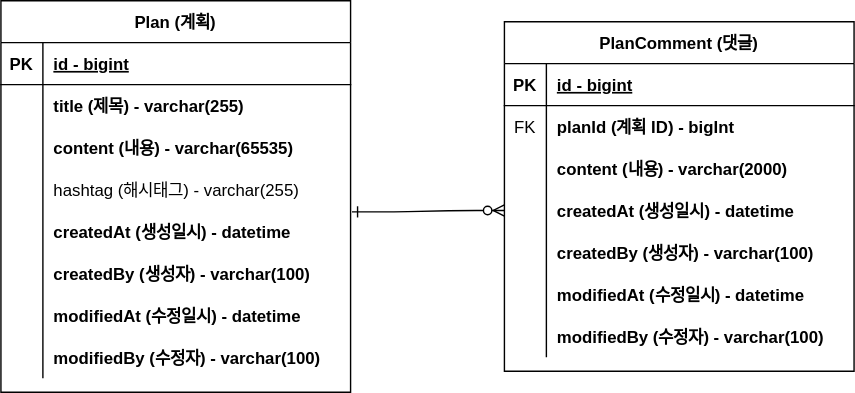
This is document/marryme-erd.drawio.svg from ChangwookYang/marryme, a draw.io export, as it was before one commit. Source tidied: cells renumbered, new cells last; positions are measured from the earlier drawing's top-left corner, leaving out a move shared by most shapes.
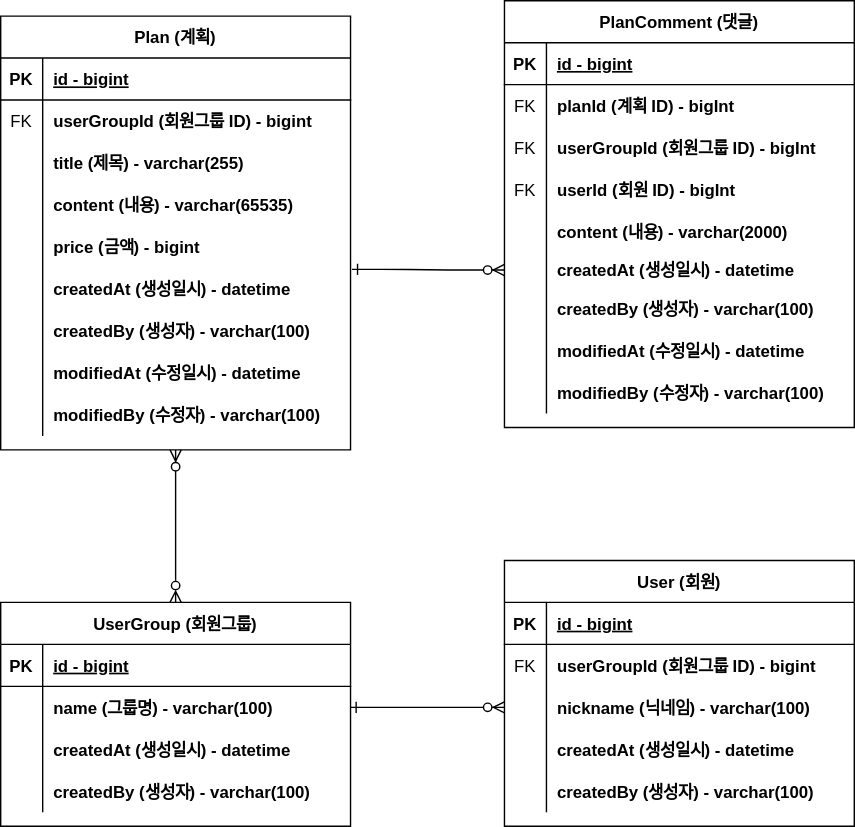
Later version of the same file.

Commit message:
#23 - 회원그룹 및 회원 ERD 추가

Diff of the diagram source:
```diff
@@ -6,7 +6,7 @@
       <mxGeometry relative="1" as="geometry" />
     </mxCell>
     <mxCell id="3" value="PlanComment (댓글)" style="shape=table;startSize=30;rowLines=0;fontStyle=1;align=center;" parent="1" vertex="1">
-      <mxGeometry x="360" y="15" width="250" height="250" as="geometry" />
+      <mxGeometry x="360" y="-40" width="250" height="305" as="geometry" />
     </mxCell>
     <mxCell id="4" style="shape=partialRectangle;fillColor=none;top=0;left=0;right=0;bottom=1;" parent="3" vertex="1">
       <mxGeometry y="30" width="250" height="30" as="geometry" />
@@ -26,8 +26,26 @@
     <mxCell id="9" value="planId (계획 ID) - bigInt" style="shape=partialRectangle;overflow=hidden;fillColor=none;top=0;left=0;bottom=0;right=0;align=left;spacingLeft=6;fontStyle=1;" parent="7" vertex="1">
       <mxGeometry x="30" width="220" height="30" as="geometry" />
     </mxCell>
+    <mxCell id="50" style="shape=partialRectangle;fillColor=none;top=0;left=0;right=0;bottom=0;" parent="3" vertex="1">
+      <mxGeometry y="90" width="250" height="30" as="geometry" />
+    </mxCell>
+    <mxCell id="51" value="FK" style="shape=partialRectangle;overflow=hidden;fillColor=none;top=0;left=0;bottom=0;right=0;" parent="50" vertex="1">
+      <mxGeometry width="30" height="30" as="geometry" />
+    </mxCell>
+    <mxCell id="52" value="userGroupId (회원그룹 ID) - bigInt" style="shape=partialRectangle;overflow=hidden;fillColor=none;top=0;left=0;bottom=0;right=0;align=left;spacingLeft=6;fontStyle=1;" parent="50" vertex="1">
+      <mxGeometry x="30" width="220" height="30" as="geometry" />
+    </mxCell>
+    <mxCell id="53" style="shape=partialRectangle;fillColor=none;top=0;left=0;right=0;bottom=0;" parent="3" vertex="1">
+      <mxGeometry y="120" width="250" height="30" as="geometry" />
+    </mxCell>
+    <mxCell id="54" value="FK" style="shape=partialRectangle;overflow=hidden;fillColor=none;top=0;left=0;bottom=0;right=0;" parent="53" vertex="1">
+      <mxGeometry width="30" height="30" as="geometry" />
+    </mxCell>
+    <mxCell id="55" value="userId (회원 ID) - bigInt" style="shape=partialRectangle;overflow=hidden;fillColor=none;top=0;left=0;bottom=0;right=0;align=left;spacingLeft=6;fontStyle=1;" parent="53" vertex="1">
+      <mxGeometry x="30" width="220" height="30" as="geometry" />
+    </mxCell>
     <mxCell id="10" style="shape=partialRectangle;fillColor=none;top=0;left=0;right=0;bottom=0;" parent="3" vertex="1">
-      <mxGeometry y="90" width="250" height="30" as="geometry" />
+      <mxGeometry y="150" width="250" height="30" as="geometry" />
     </mxCell>
     <mxCell id="11" style="shape=partialRectangle;overflow=hidden;fillColor=none;top=0;left=0;bottom=0;right=0;" parent="10" vertex="1">
       <mxGeometry width="30" height="30" as="geometry" />
@@ -36,16 +54,16 @@
       <mxGeometry x="30" width="220" height="30" as="geometry" />
     </mxCell>
     <mxCell id="13" style="shape=partialRectangle;fillColor=none;points=[[0,0.5],[1,0.5]];portConstraint=eastwest;top=0;left=0;right=0;bottom=0;" parent="3" vertex="1">
-      <mxGeometry y="120" width="250" height="30" as="geometry" />
+      <mxGeometry y="180" width="250" height="25" as="geometry" />
     </mxCell>
     <mxCell id="14" style="shape=partialRectangle;overflow=hidden;fillColor=none;top=0;left=0;bottom=0;right=0;" parent="13" vertex="1">
-      <mxGeometry width="30" height="30" as="geometry" />
+      <mxGeometry width="30" height="25" as="geometry" />
     </mxCell>
     <mxCell id="15" value="createdAt (생성일시) - datetime" style="shape=partialRectangle;overflow=hidden;fillColor=none;top=0;left=0;bottom=0;right=0;align=left;spacingLeft=6;fontStyle=1;" parent="13" vertex="1">
-      <mxGeometry x="30" width="220" height="30" as="geometry" />
+      <mxGeometry x="30" width="220" height="25" as="geometry" />
     </mxCell>
     <mxCell id="16" style="shape=partialRectangle;fillColor=none;top=0;left=0;right=0;bottom=0;" parent="3" vertex="1">
-      <mxGeometry y="150" width="250" height="30" as="geometry" />
+      <mxGeometry y="205" width="250" height="30" as="geometry" />
     </mxCell>
     <mxCell id="17" style="shape=partialRectangle;overflow=hidden;fillColor=none;top=0;left=0;bottom=0;right=0;" parent="16" vertex="1">
       <mxGeometry width="30" height="30" as="geometry" />
@@ -54,7 +72,7 @@
       <mxGeometry x="30" width="220" height="30" as="geometry" />
     </mxCell>
     <mxCell id="19" style="shape=partialRectangle;fillColor=none;top=0;left=0;right=0;bottom=0;" parent="3" vertex="1">
-      <mxGeometry y="180" width="250" height="30" as="geometry" />
+      <mxGeometry y="235" width="250" height="30" as="geometry" />
     </mxCell>
     <mxCell id="20" style="shape=partialRectangle;overflow=hidden;fillColor=none;top=0;left=0;bottom=0;right=0;" parent="19" vertex="1">
       <mxGeometry width="30" height="30" as="geometry" />
@@ -63,7 +81,7 @@
       <mxGeometry x="30" width="220" height="30" as="geometry" />
     </mxCell>
     <mxCell id="22" style="shape=partialRectangle;fillColor=none;top=0;left=0;right=0;bottom=0;" parent="3" vertex="1">
-      <mxGeometry y="210" width="250" height="30" as="geometry" />
+      <mxGeometry y="265" width="250" height="30" as="geometry" />
     </mxCell>
     <mxCell id="23" style="shape=partialRectangle;overflow=hidden;fillColor=none;top=0;left=0;bottom=0;right=0;" parent="22" vertex="1">
       <mxGeometry width="30" height="30" as="geometry" />
@@ -72,7 +90,7 @@
       <mxGeometry x="30" width="220" height="30" as="geometry" />
     </mxCell>
     <mxCell id="25" value="Plan (계획)" style="shape=table;startSize=30;rowLines=0;fontStyle=1;align=center;" parent="1" vertex="1">
-      <mxGeometry width="250" height="280" as="geometry" />
+      <mxGeometry y="-29" width="250" height="310" as="geometry" />
     </mxCell>
     <mxCell id="26" style="shape=partialRectangle;fillColor=none;top=0;left=0;right=0;bottom=1;" parent="25" vertex="1">
       <mxGeometry y="30" width="250" height="30" as="geometry" />
@@ -86,14 +104,23 @@
     <mxCell id="29" style="shape=partialRectangle;fillColor=none;top=0;left=0;right=0;bottom=0;" parent="25" vertex="1">
       <mxGeometry y="60" width="250" height="30" as="geometry" />
     </mxCell>
-    <mxCell id="30" style="shape=partialRectangle;overflow=hidden;fillColor=none;top=0;left=0;bottom=0;right=0;" parent="29" vertex="1">
+    <mxCell id="30" value="FK" style="shape=partialRectangle;overflow=hidden;fillColor=none;top=0;left=0;bottom=0;right=0;" parent="29" vertex="1">
       <mxGeometry width="30" height="30" as="geometry" />
     </mxCell>
-    <mxCell id="31" value="title (제목) - varchar(255)" style="shape=partialRectangle;overflow=hidden;fillColor=none;top=0;left=0;bottom=0;right=0;align=left;spacingLeft=6;fontStyle=1;" parent="29" vertex="1">
+    <mxCell id="31" value="userGroupId (회원그룹 ID) - bigint" style="shape=partialRectangle;overflow=hidden;fillColor=none;top=0;left=0;bottom=0;right=0;align=left;spacingLeft=6;fontStyle=1;" parent="29" vertex="1">
       <mxGeometry x="30" width="220" height="30" as="geometry" />
     </mxCell>
+    <mxCell id="56" style="shape=partialRectangle;fillColor=none;top=0;left=0;right=0;bottom=0;" parent="25" vertex="1">
+      <mxGeometry y="90" width="250" height="30" as="geometry" />
+    </mxCell>
+    <mxCell id="57" style="shape=partialRectangle;overflow=hidden;fillColor=none;top=0;left=0;bottom=0;right=0;" parent="56" vertex="1">
+      <mxGeometry width="30" height="30" as="geometry" />
+    </mxCell>
+    <mxCell id="58" value="title (제목) - varchar(255)" style="shape=partialRectangle;overflow=hidden;fillColor=none;top=0;left=0;bottom=0;right=0;align=left;spacingLeft=6;fontStyle=1;" parent="56" vertex="1">
+      <mxGeometry x="30" width="220" height="30" as="geometry" />
+    </mxCell>
     <mxCell id="32" style="shape=partialRectangle;fillColor=none;top=0;left=0;right=0;bottom=0;" parent="25" vertex="1">
-      <mxGeometry y="90" width="250" height="30" as="geometry" />
+      <mxGeometry y="120" width="250" height="30" as="geometry" />
     </mxCell>
     <mxCell id="33" style="shape=partialRectangle;overflow=hidden;fillColor=none;top=0;left=0;bottom=0;right=0;" parent="32" vertex="1">
       <mxGeometry width="30" height="30" as="geometry" />
@@ -102,16 +129,16 @@
       <mxGeometry x="30" width="220" height="30" as="geometry" />
     </mxCell>
     <mxCell id="35" style="shape=partialRectangle;fillColor=none;points=[[0,0.5],[1,0.5]];portConstraint=eastwest;top=0;left=0;right=0;bottom=0;" parent="25" vertex="1">
-      <mxGeometry y="120" width="250" height="30" as="geometry" />
+      <mxGeometry y="150" width="250" height="30" as="geometry" />
     </mxCell>
     <mxCell id="36" style="shape=partialRectangle;overflow=hidden;fillColor=none;top=0;left=0;bottom=0;right=0;" parent="35" vertex="1">
       <mxGeometry width="30" height="30" as="geometry" />
     </mxCell>
-    <mxCell id="37" value="hashtag (해시태그) - varchar(255)" style="shape=partialRectangle;overflow=hidden;fillColor=none;top=0;left=0;bottom=0;right=0;align=left;spacingLeft=6;" parent="35" vertex="1">
+    <mxCell id="37" value="price (금액) - bigint" style="shape=partialRectangle;overflow=hidden;fillColor=none;top=0;left=0;bottom=0;right=0;align=left;spacingLeft=6;fontStyle=1;" parent="35" vertex="1">
       <mxGeometry x="30" width="220" height="30" as="geometry" />
     </mxCell>
     <mxCell id="38" style="shape=partialRectangle;fillColor=none;top=0;left=0;right=0;bottom=0;" parent="25" vertex="1">
-      <mxGeometry y="150" width="250" height="30" as="geometry" />
+      <mxGeometry y="180" width="250" height="30" as="geometry" />
     </mxCell>
     <mxCell id="39" style="shape=partialRectangle;overflow=hidden;fillColor=none;top=0;left=0;bottom=0;right=0;" parent="38" vertex="1">
       <mxGeometry width="30" height="30" as="geometry" />
@@ -120,7 +147,7 @@
       <mxGeometry x="30" width="220" height="30" as="geometry" />
     </mxCell>
     <mxCell id="41" style="shape=partialRectangle;fillColor=none;top=0;left=0;right=0;bottom=0;" parent="25" vertex="1">
-      <mxGeometry y="180" width="250" height="30" as="geometry" />
+      <mxGeometry y="210" width="250" height="30" as="geometry" />
     </mxCell>
     <mxCell id="42" style="shape=partialRectangle;overflow=hidden;fillColor=none;top=0;left=0;bottom=0;right=0;" parent="41" vertex="1">
       <mxGeometry width="30" height="30" as="geometry" />
@@ -129,7 +156,7 @@
       <mxGeometry x="30" width="220" height="30" as="geometry" />
     </mxCell>
     <mxCell id="44" style="shape=partialRectangle;fillColor=none;top=0;left=0;right=0;bottom=0;" parent="25" vertex="1">
-      <mxGeometry y="210" width="250" height="30" as="geometry" />
+      <mxGeometry y="240" width="250" height="30" as="geometry" />
     </mxCell>
     <mxCell id="45" style="shape=partialRectangle;overflow=hidden;fillColor=none;top=0;left=0;bottom=0;right=0;" parent="44" vertex="1">
       <mxGeometry width="30" height="30" as="geometry" />
@@ -138,7 +165,7 @@
       <mxGeometry x="30" width="220" height="30" as="geometry" />
     </mxCell>
     <mxCell id="47" style="shape=partialRectangle;fillColor=none;top=0;left=0;right=0;bottom=0;" parent="25" vertex="1">
-      <mxGeometry y="240" width="250" height="30" as="geometry" />
+      <mxGeometry y="270" width="250" height="30" as="geometry" />
     </mxCell>
     <mxCell id="48" style="shape=partialRectangle;overflow=hidden;fillColor=none;top=0;left=0;bottom=0;right=0;" parent="47" vertex="1">
       <mxGeometry width="30" height="30" as="geometry" />
@@ -146,5 +173,98 @@
     <mxCell id="49" value="modifiedBy (수정자) - varchar(100)" style="shape=partialRectangle;overflow=hidden;fillColor=none;top=0;left=0;bottom=0;right=0;align=left;spacingLeft=6;fontStyle=1;" parent="47" vertex="1">
       <mxGeometry x="30" width="220" height="30" as="geometry" />
     </mxCell>
+    <mxCell id="59" value="User (회원)" style="shape=table;startSize=30;rowLines=0;fontStyle=1;align=center;" parent="1" vertex="1">
+      <mxGeometry x="360" y="360" width="250" height="190" as="geometry" />
+    </mxCell>
+    <mxCell id="60" style="shape=partialRectangle;fillColor=none;top=0;left=0;right=0;bottom=1;" parent="59" vertex="1">
+      <mxGeometry y="30" width="250" height="30" as="geometry" />
+    </mxCell>
+    <mxCell id="61" value="PK" style="shape=partialRectangle;overflow=hidden;fillColor=none;top=0;left=0;bottom=0;right=0;fontStyle=1;" parent="60" vertex="1">
+      <mxGeometry width="30" height="30" as="geometry" />
+    </mxCell>
+    <mxCell id="62" value="id - bigint" style="shape=partialRectangle;overflow=hidden;fillColor=none;top=0;left=0;bottom=0;right=0;align=left;spacingLeft=6;fontStyle=5;" parent="60" vertex="1">
+      <mxGeometry x="30" width="220" height="30" as="geometry" />
+    </mxCell>
+    <mxCell id="63" style="shape=partialRectangle;fillColor=none;top=0;left=0;right=0;bottom=0;" parent="59" vertex="1">
+      <mxGeometry y="60" width="250" height="30" as="geometry" />
+    </mxCell>
+    <mxCell id="64" value="FK" style="shape=partialRectangle;overflow=hidden;fillColor=none;top=0;left=0;bottom=0;right=0;" parent="63" vertex="1">
+      <mxGeometry width="30" height="30" as="geometry" />
+    </mxCell>
+    <mxCell id="65" value="userGroupId (회원그룹 ID) - bigint" style="shape=partialRectangle;overflow=hidden;fillColor=none;top=0;left=0;bottom=0;right=0;align=left;spacingLeft=6;fontStyle=1;" parent="63" vertex="1">
+      <mxGeometry x="30" width="220" height="30" as="geometry" />
+    </mxCell>
+    <mxCell id="66" style="shape=partialRectangle;fillColor=none;points=[[0,0.5],[1,0.5]];portConstraint=eastwest;top=0;left=0;right=0;bottom=0;" parent="59" vertex="1">
+      <mxGeometry y="90" width="250" height="30" as="geometry" />
+    </mxCell>
+    <mxCell id="67" style="shape=partialRectangle;overflow=hidden;fillColor=none;top=0;left=0;bottom=0;right=0;" parent="66" vertex="1">
+      <mxGeometry width="30" height="30" as="geometry" />
+    </mxCell>
+    <mxCell id="68" value="nickname (닉네임) - varchar(100)" style="shape=partialRectangle;overflow=hidden;fillColor=none;top=0;left=0;bottom=0;right=0;align=left;spacingLeft=6;fontStyle=1;" parent="66" vertex="1">
+      <mxGeometry x="30" width="220" height="30" as="geometry" />
+    </mxCell>
+    <mxCell id="69" style="shape=partialRectangle;fillColor=none;top=0;left=0;right=0;bottom=0;" parent="59" vertex="1">
+      <mxGeometry y="120" width="250" height="30" as="geometry" />
+    </mxCell>
+    <mxCell id="70" style="shape=partialRectangle;overflow=hidden;fillColor=none;top=0;left=0;bottom=0;right=0;" parent="69" vertex="1">
+      <mxGeometry width="30" height="30" as="geometry" />
+    </mxCell>
+    <mxCell id="71" value="createdAt (생성일시) - datetime" style="shape=partialRectangle;overflow=hidden;fillColor=none;top=0;left=0;bottom=0;right=0;align=left;spacingLeft=6;fontStyle=1;" parent="69" vertex="1">
+      <mxGeometry x="30" width="220" height="30" as="geometry" />
+    </mxCell>
+    <mxCell id="72" style="shape=partialRectangle;fillColor=none;top=0;left=0;right=0;bottom=0;" parent="59" vertex="1">
+      <mxGeometry y="150" width="250" height="30" as="geometry" />
+    </mxCell>
+    <mxCell id="73" style="shape=partialRectangle;overflow=hidden;fillColor=none;top=0;left=0;bottom=0;right=0;" parent="72" vertex="1">
+      <mxGeometry width="30" height="30" as="geometry" />
+    </mxCell>
+    <mxCell id="74" value="createdBy (생성자) - varchar(100)" style="shape=partialRectangle;overflow=hidden;fillColor=none;top=0;left=0;bottom=0;right=0;align=left;spacingLeft=6;fontStyle=1;" parent="72" vertex="1">
+      <mxGeometry x="30" width="220" height="30" as="geometry" />
+    </mxCell>
+    <mxCell id="75" value="UserGroup (회원그룹)" style="shape=table;startSize=30;rowLines=0;fontStyle=1;align=center;" parent="1" vertex="1">
+      <mxGeometry y="390" width="250" height="160" as="geometry" />
+    </mxCell>
+    <mxCell id="76" style="shape=partialRectangle;fillColor=none;top=0;left=0;right=0;bottom=1;" parent="75" vertex="1">
+      <mxGeometry y="30" width="250" height="30" as="geometry" />
+    </mxCell>
+    <mxCell id="77" value="PK" style="shape=partialRectangle;overflow=hidden;fillColor=none;top=0;left=0;bottom=0;right=0;fontStyle=1;" parent="76" vertex="1">
+      <mxGeometry width="30" height="30" as="geometry" />
+    </mxCell>
+    <mxCell id="78" value="id - bigint" style="shape=partialRectangle;overflow=hidden;fillColor=none;top=0;left=0;bottom=0;right=0;align=left;spacingLeft=6;fontStyle=5;" parent="76" vertex="1">
+      <mxGeometry x="30" width="220" height="30" as="geometry" />
+    </mxCell>
+    <mxCell id="79" style="shape=partialRectangle;fillColor=none;points=[[0,0.5],[1,0.5]];portConstraint=eastwest;top=0;left=0;right=0;bottom=0;" parent="75" vertex="1">
+      <mxGeometry y="60" width="250" height="30" as="geometry" />
+    </mxCell>
+    <mxCell id="80" style="shape=partialRectangle;overflow=hidden;fillColor=none;top=0;left=0;bottom=0;right=0;" parent="79" vertex="1">
+      <mxGeometry width="30" height="30" as="geometry" />
+    </mxCell>
+    <mxCell id="81" value="name (그룹명) - varchar(100)" style="shape=partialRectangle;overflow=hidden;fillColor=none;top=0;left=0;bottom=0;right=0;align=left;spacingLeft=6;fontStyle=1;" parent="79" vertex="1">
+      <mxGeometry x="30" width="220" height="30" as="geometry" />
+    </mxCell>
+    <mxCell id="82" style="shape=partialRectangle;fillColor=none;top=0;left=0;right=0;bottom=0;" parent="75" vertex="1">
+      <mxGeometry y="90" width="250" height="30" as="geometry" />
+    </mxCell>
+    <mxCell id="83" style="shape=partialRectangle;overflow=hidden;fillColor=none;top=0;left=0;bottom=0;right=0;" parent="82" vertex="1">
+      <mxGeometry width="30" height="30" as="geometry" />
+    </mxCell>
+    <mxCell id="84" value="createdAt (생성일시) - datetime" style="shape=partialRectangle;overflow=hidden;fillColor=none;top=0;left=0;bottom=0;right=0;align=left;spacingLeft=6;fontStyle=1;" parent="82" vertex="1">
+      <mxGeometry x="30" width="220" height="30" as="geometry" />
+    </mxCell>
+    <mxCell id="85" style="shape=partialRectangle;fillColor=none;top=0;left=0;right=0;bottom=0;" parent="75" vertex="1">
+      <mxGeometry y="120" width="250" height="30" as="geometry" />
+    </mxCell>
+    <mxCell id="86" style="shape=partialRectangle;overflow=hidden;fillColor=none;top=0;left=0;bottom=0;right=0;" parent="85" vertex="1">
+      <mxGeometry width="30" height="30" as="geometry" />
+    </mxCell>
+    <mxCell id="87" value="createdBy (생성자) - varchar(100)" style="shape=partialRectangle;overflow=hidden;fillColor=none;top=0;left=0;bottom=0;right=0;align=left;spacingLeft=6;fontStyle=1;" parent="85" vertex="1">
+      <mxGeometry x="30" width="220" height="30" as="geometry" />
+    </mxCell>
+    <mxCell id="88" style="edgeStyle=entityRelationEdgeStyle;endArrow=ERzeroToMany;startArrow=ERone;endFill=1;startFill=0;entryX=0;entryY=0.5;entryDx=0;entryDy=0;exitX=1;exitY=0.5;exitDx=0;exitDy=0;" parent="1" edge="1" source="79" target="66">
+      <mxGeometry relative="1" as="geometry" />
+    </mxCell>
+    <mxCell id="89" style="edgeStyle=orthogonalEdgeStyle;endArrow=ERzeroToMany;startArrow=ERzeroToMany;endFill=1;startFill=0;exitX=0.5;exitY=0;exitDx=0;exitDy=0;entryX=0.5;entryY=1;entryDx=0;entryDy=0;" parent="1" edge="1" source="75" target="25">
+      <mxGeometry relative="1" as="geometry" />
+    </mxCell>
   </root>
 </mxGraphModel>
```
